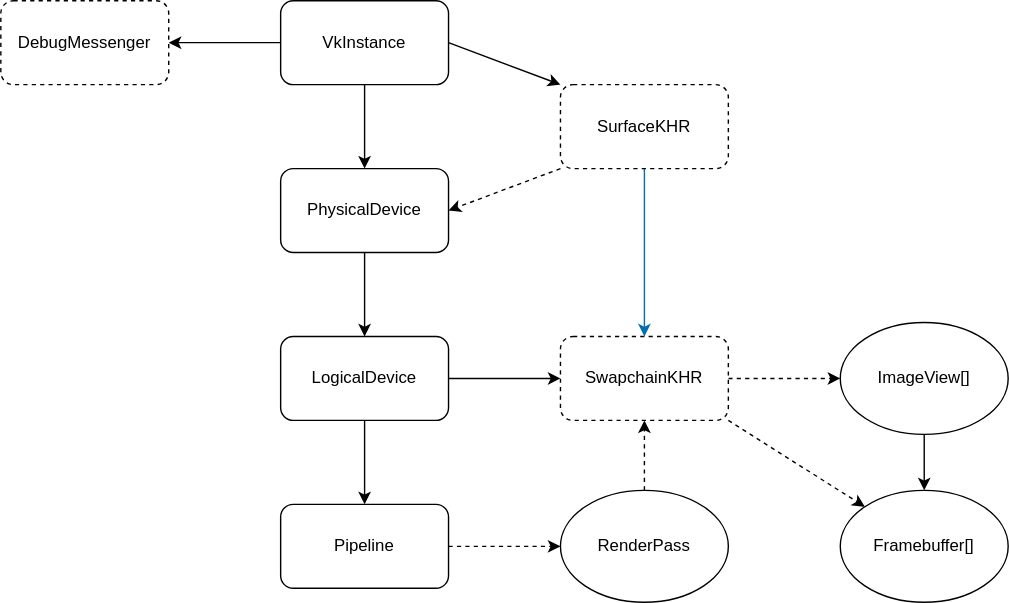
Above: vk_objects.drawio.svg in Redstonecrafter0/Quasar (draw.io), before the change. Source tidied: cells renumbered, new cells last; positions are measured from the earlier drawing's top-left corner, leaving out a move shared by most shapes.
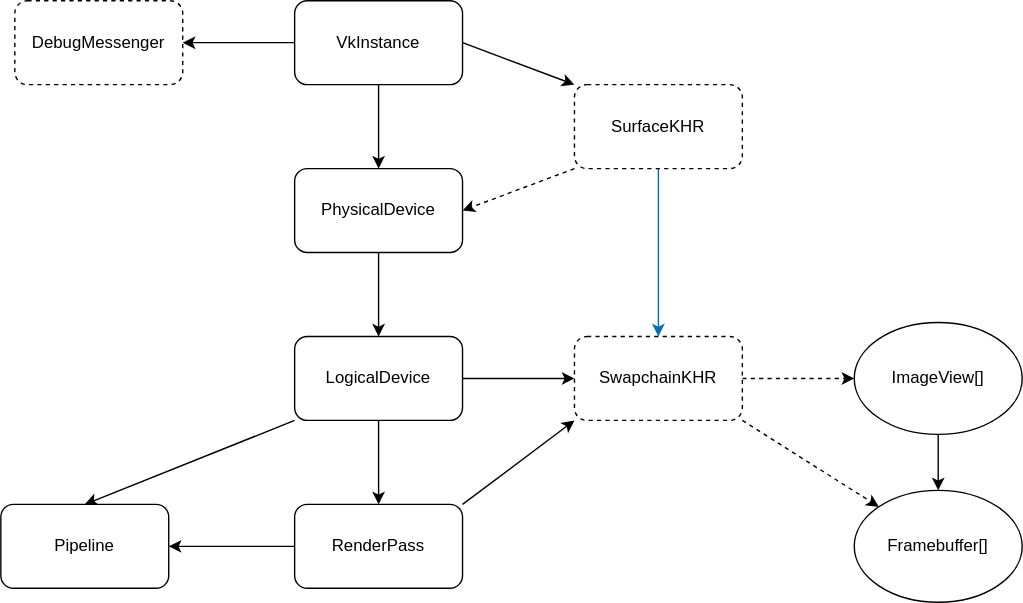
The same diagram one commit later.

Commit message:
extract renderPass

The edit, as a diff of the source:
```diff
@@ -32,9 +32,12 @@
     <mxCell id="11" style="edgeStyle=orthogonalEdgeStyle;rounded=0;jettySize=auto;html=1;exitX=1;exitY=0.5;exitDx=0;exitDy=0;entryX=0;entryY=0.5;entryDx=0;entryDy=0;" parent="1" edge="1" source="13" target="16">
       <mxGeometry relative="1" as="geometry" />
     </mxCell>
-    <mxCell id="12" style="edgeStyle=orthogonalEdgeStyle;rounded=0;jettySize=auto;html=1;exitX=0.5;exitY=1;exitDx=0;exitDy=0;entryX=0.5;entryY=0;entryDx=0;entryDy=0;" parent="1" edge="1" source="13" target="18">
+    <mxCell id="12" style="rounded=0;jettySize=auto;html=1;exitX=0.5;exitY=1;exitDx=0;exitDy=0;entryX=0.5;entryY=0;entryDx=0;entryDy=0;" parent="1" edge="1" source="13" target="24">
       <mxGeometry relative="1" as="geometry" />
     </mxCell>
+    <mxCell id="25" style="edgeStyle=none;rounded=0;jettySize=auto;html=1;exitX=0;exitY=1;exitDx=0;exitDy=0;entryX=0.5;entryY=0;entryDx=0;entryDy=0;" parent="1" edge="1" source="13" target="18">
+      <mxGeometry relative="1" as="geometry" />
+    </mxCell>
     <mxCell id="13" value="LogicalDevice" style="rounded=1;whiteSpace=wrap;html=1;" parent="1" vertex="1">
       <mxGeometry x="200" y="240" width="120" height="60" as="geometry" />
     </mxCell>
@@ -47,11 +50,8 @@
     <mxCell id="16" value="SwapchainKHR" style="rounded=1;whiteSpace=wrap;html=1;dashed=1;" parent="1" vertex="1">
       <mxGeometry x="400" y="240" width="120" height="60" as="geometry" />
     </mxCell>
-    <mxCell id="17" style="edgeStyle=none;rounded=0;jettySize=auto;html=1;exitX=1;exitY=0.5;exitDx=0;exitDy=0;entryX=0;entryY=0.5;entryDx=0;entryDy=0;dashed=1;" parent="1" edge="1" source="18" target="24">
-      <mxGeometry relative="1" as="geometry" />
-    </mxCell>
     <mxCell id="18" value="Pipeline" style="rounded=1;whiteSpace=wrap;html=1;" parent="1" vertex="1">
-      <mxGeometry x="200" y="360" width="120" height="60" as="geometry" />
+      <mxGeometry x="-10" y="360" width="120" height="60" as="geometry" />
     </mxCell>
     <mxCell id="19" value="DebugMessenger" style="rounded=1;whiteSpace=wrap;html=1;dashed=1;" parent="1" vertex="1">
       <mxGeometry width="120" height="60" as="geometry" />
@@ -65,11 +65,14 @@
     <mxCell id="22" value="Framebuffer[]" style="ellipse;whiteSpace=wrap;html=1;" parent="1" vertex="1">
       <mxGeometry x="600" y="350" width="120" height="80" as="geometry" />
     </mxCell>
+    <mxCell id="26" style="edgeStyle=none;rounded=0;jettySize=auto;html=1;exitX=0;exitY=0.5;exitDx=0;exitDy=0;entryX=1;entryY=0.5;entryDx=0;entryDy=0;" parent="1" edge="1" source="24" target="18">
+      <mxGeometry relative="1" as="geometry" />
+    </mxCell>
-    <mxCell id="23" style="edgeStyle=none;rounded=0;jettySize=auto;html=1;exitX=0.5;exitY=0;exitDx=0;exitDy=0;entryX=0.5;entryY=1;entryDx=0;entryDy=0;dashed=1;" parent="1" edge="1" source="24" target="16">
+    <mxCell id="23" style="edgeStyle=none;rounded=0;jettySize=auto;html=1;exitX=1;exitY=0;exitDx=0;exitDy=0;entryX=0;entryY=1;entryDx=0;entryDy=0;" parent="1" edge="1" source="24" target="16">
       <mxGeometry relative="1" as="geometry" />
     </mxCell>
-    <mxCell id="24" value="RenderPass" style="ellipse;whiteSpace=wrap;html=1;" parent="1" vertex="1">
-      <mxGeometry x="400" y="350" width="120" height="80" as="geometry" />
+    <mxCell id="24" value="RenderPass" style="rounded=1;whiteSpace=wrap;html=1;" parent="1" vertex="1">
+      <mxGeometry x="200" y="360" width="120" height="60" as="geometry" />
     </mxCell>
   </root>
 </mxGraphModel>
```
